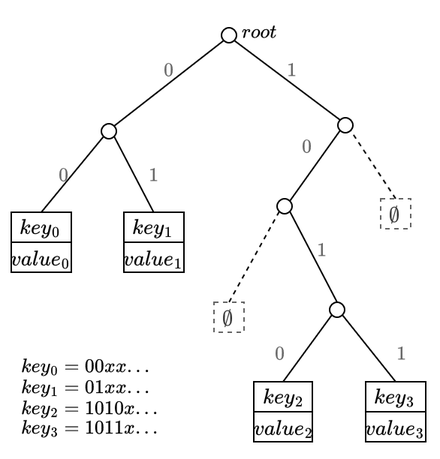
Before: book/src/img/merkletree-example-2-a.png, a diagram exported from draw.io (0xPARC/pod2-docs). Source tidied: cells renumbered, new cells last; positions are measured from the earlier drawing's top-left corner, leaving out a move shared by most shapes.
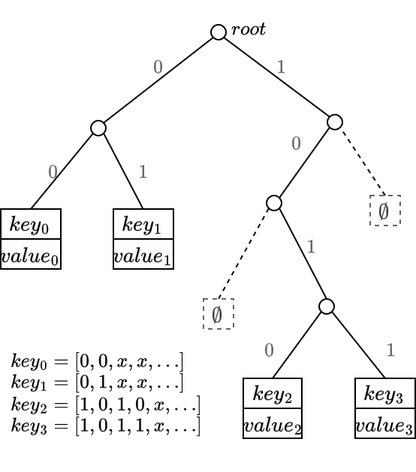
Above is the later version.

Commit message:
update merkletree diagrams with corrected LE

Change to the diagram source:
```diff
@@ -106,7 +106,7 @@
     <mxCell id="35" value="$$\emptyset$$" style="rounded=0;whiteSpace=wrap;html=1;dashed=1;fillColor=none;fontColor=#333333;strokeColor=#666666;" parent="1" vertex="1">
       <mxGeometry x="135" y="190" width="20" height="20" as="geometry" />
     </mxCell>
-    <mxCell id="36" value="&lt;div&gt;\(key_0=00xx...\)&lt;/div&gt;&lt;div&gt;\(key_1=01xx...\)&lt;/div&gt;&lt;div&gt;\(key_2=1010x...\)&lt;br&gt;\(key_3=1011x...\)&lt;/div&gt;" style="text;html=1;align=left;verticalAlign=middle;whiteSpace=wrap;rounded=0;fontFamily=Helvetica;fontSize=11;fontColor=default;labelBackgroundColor=default;" parent="1" vertex="1">
+    <mxCell id="36" value="&lt;div&gt;\(key_0=[0,0,x,x, \ldots]\)&lt;/div&gt;&lt;div&gt;\(key_1=[0,1,x,x,\ldots]\)&lt;/div&gt;&lt;div&gt;\(key_2=[1,0,1,0,x,\ldots]\)&lt;br&gt;\(key_3=[1,0,1,1,x, \ldots]\)&lt;/div&gt;" style="text;html=1;align=left;verticalAlign=middle;whiteSpace=wrap;rounded=0;fontFamily=Helvetica;fontSize=11;fontColor=default;labelBackgroundColor=default;" parent="1" vertex="1">
       <mxGeometry x="5" y="224.5" width="95" height="57" as="geometry" />
     </mxCell>
   </root>
```
